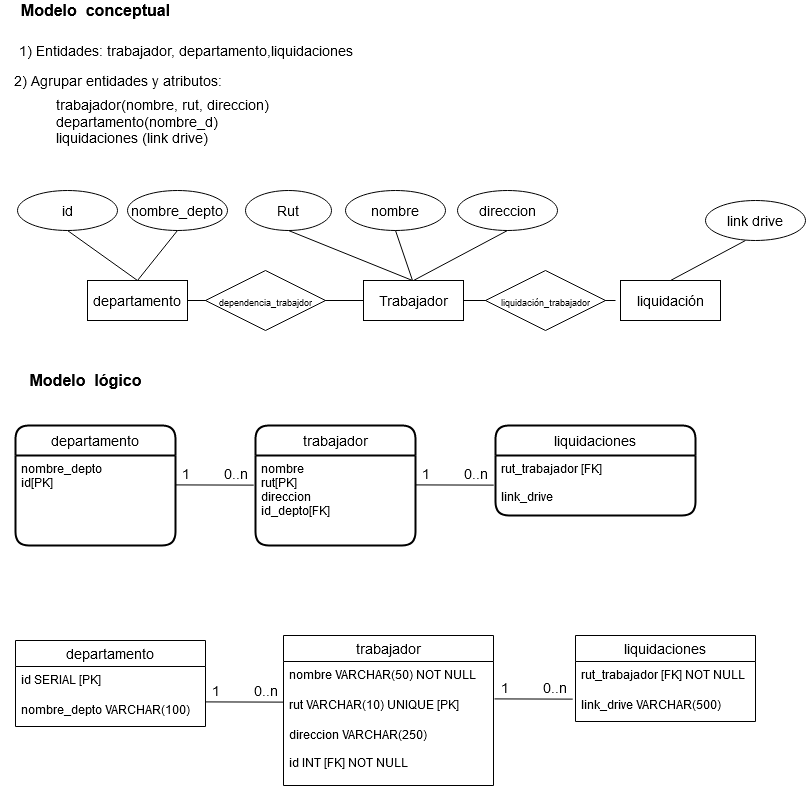
Before: Caso1_modelos.png, a diagram exported from draw.io (gilibethvega/modelamiento_de_datos). Source tidied: cells renumbered, new cells last; positions are measured from the earlier drawing's top-left corner, leaving out a move shared by most shapes.
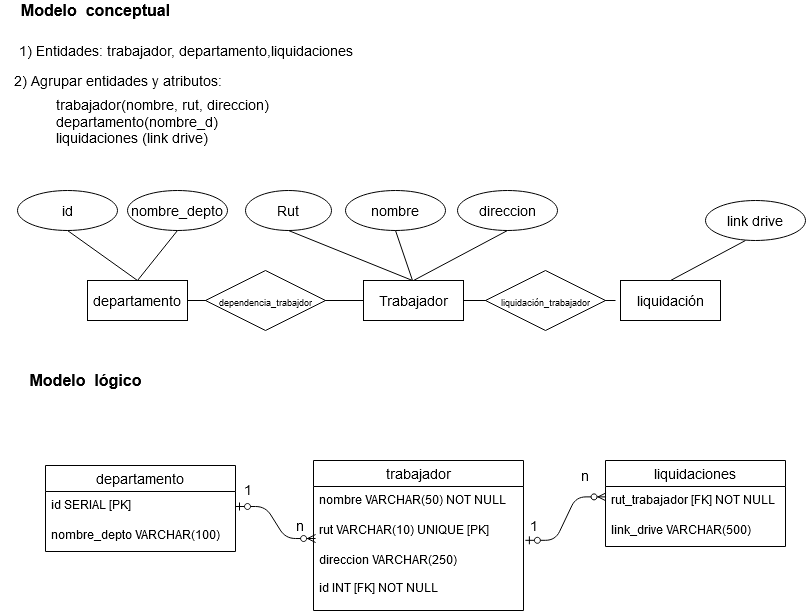
After the commit.

The edit, as a diff of the source:
```diff
@@ -17,32 +17,6 @@
     <mxCell id="6" value="&lt;div align=&quot;left&quot;&gt;trabajador(nombre, rut, direccion)&lt;/div&gt;&lt;div align=&quot;left&quot;&gt;departamento(nombre_d)&lt;/div&gt;&lt;div align=&quot;left&quot;&gt;liquidaciones (link drive)&lt;br&gt;&lt;/div&gt;" style="text;html=1;align=center;verticalAlign=middle;fontSize=14;" parent="1" vertex="1">
       <mxGeometry x="42" y="91" width="240" height="60" as="geometry" />
     </mxCell>
-    <mxCell id="7" value="trabajador" style="swimlane;horizontal=1;startSize=30;rounded=1;fontSize=14;fontStyle=0;strokeWidth=2;shadow=0;dashed=0;align=center;" parent="1" vertex="1">
-      <mxGeometry x="255" y="425" width="160" height="120" as="geometry" />
-    </mxCell>
-    <mxCell id="8" style="endArrow=none;html=1;rounded=0;fontSize=14;entryX=-0.011;entryY=0.329;entryDx=0;entryDy=0;entryPerimeter=0;" parent="7" edge="1" target="9">
-      <mxGeometry relative="1" as="geometry">
-        <mxPoint x="-80" y="59.4" as="sourcePoint" />
-      </mxGeometry>
-    </mxCell>
-    <mxCell id="9" value="nombre&#10;rut[PK]&#10;direccion&#10;id_depto[FK]&#10;" style="align=left;strokeColor=none;fillColor=none;spacingLeft=4;fontSize=12;verticalAlign=top;" parent="7" vertex="1">
-      <mxGeometry y="30" width="160" height="90" as="geometry" />
-    </mxCell>
-    <mxCell id="10" value="departamento" style="swimlane;horizontal=1;startSize=30;rounded=1;fontSize=14;fontStyle=0;strokeWidth=2;shadow=0;dashed=0;align=center;" parent="1" vertex="1">
-      <mxGeometry x="15" y="425" width="160" height="120" as="geometry" />
-    </mxCell>
-    <mxCell id="11" value="nombre_depto&#10;id[PK]&#10;" style="align=left;strokeColor=none;fillColor=none;spacingLeft=4;fontSize=12;verticalAlign=top;" parent="10" vertex="1">
-      <mxGeometry y="30" width="160" height="90" as="geometry" />
-    </mxCell>
-    <mxCell id="12" value="liquidaciones" style="swimlane;horizontal=1;startSize=30;rounded=1;fontSize=14;fontStyle=0;strokeWidth=2;shadow=0;dashed=0;align=center;" parent="1" vertex="1">
-      <mxGeometry x="495" y="425" width="200" height="90" as="geometry" />
-    </mxCell>
-    <mxCell id="13" value="rut_trabajador [FK]&#10;&#10;link_drive&#10;" style="align=left;strokeColor=none;fillColor=none;spacingLeft=4;fontSize=12;verticalAlign=top;" parent="12" vertex="1">
-      <mxGeometry y="30" width="200" height="60" as="geometry" />
-    </mxCell>
-    <mxCell id="14" style="edgeStyle=orthogonalEdgeStyle;rounded=0;orthogonalLoop=1;jettySize=auto;html=1;exitX=0.5;exitY=1;exitDx=0;exitDy=0;fontSize=14;" parent="12" edge="1" source="13" target="13">
-      <mxGeometry relative="1" as="geometry" />
-    </mxCell>
     <mxCell id="15" value="Trabajador" style="whiteSpace=wrap;html=1;align=center;fontSize=14;" parent="1" vertex="1">
       <mxGeometry x="363" y="280" width="100" height="40" as="geometry" />
     </mxCell>
@@ -91,7 +65,7 @@
       </mxGeometry>
     </mxCell>
     <mxCell id="28" value="trabajador" style="swimlane;fontStyle=0;horizontal=1;startSize=26;align=center;fontSize=14;" parent="1" vertex="1">
-      <mxGeometry x="283" y="635" width="210" height="150" as="geometry" />
+      <mxGeometry x="313" y="460" width="210" height="150" as="geometry" />
     </mxCell>
     <mxCell id="29" value="nombre VARCHAR(50) NOT NULL" style="text;strokeColor=none;fillColor=none;spacingLeft=4;spacingRight=4;overflow=hidden;fontSize=12;" parent="28" vertex="1">
       <mxGeometry y="26" width="210" height="30" as="geometry" />
@@ -103,7 +77,7 @@
       <mxGeometry y="86" width="210" height="64" as="geometry" />
     </mxCell>
     <mxCell id="32" value="liquidaciones" style="swimlane;fontStyle=0;horizontal=1;startSize=26;align=center;fontSize=14;" parent="1" vertex="1">
-      <mxGeometry x="575" y="635" width="180" height="86" as="geometry" />
+      <mxGeometry x="605" y="460" width="180" height="86" as="geometry" />
     </mxCell>
     <mxCell id="33" value="rut_trabajador [FK] NOT NULL" style="text;strokeColor=none;fillColor=none;spacingLeft=4;spacingRight=4;overflow=hidden;points=[[0,0.5],[1,0.5]];portConstraint=eastwest;fontSize=12;" parent="32" vertex="1">
       <mxGeometry y="26" width="180" height="30" as="geometry" />
@@ -112,7 +86,7 @@
       <mxGeometry y="56" width="180" height="30" as="geometry" />
     </mxCell>
     <mxCell id="35" value="departamento" style="swimlane;fontStyle=0;horizontal=1;startSize=26;align=center;fontSize=14;" parent="1" vertex="1">
-      <mxGeometry x="15" y="640" width="190" height="86" as="geometry" />
+      <mxGeometry x="45" y="465" width="190" height="86" as="geometry" />
     </mxCell>
     <mxCell id="36" value="id SERIAL [PK]" style="text;strokeColor=none;fillColor=none;spacingLeft=4;spacingRight=4;overflow=hidden;points=[[0,0.5],[1,0.5]];portConstraint=eastwest;fontSize=12;" parent="35" vertex="1">
       <mxGeometry y="26" width="190" height="30" as="geometry" />
@@ -135,47 +109,23 @@
     <mxCell id="42" value="&lt;font style=&quot;font-size: 9px&quot;&gt;liquidación_trabajador&lt;/font&gt;" style="shape=rhombus;perimeter=rhombusPerimeter;whiteSpace=wrap;html=1;align=center;fontSize=14;" parent="1" vertex="1">
       <mxGeometry x="485" y="270" width="120" height="60" as="geometry" />
     </mxCell>
-    <mxCell id="43" value="1" style="text;html=1;align=center;verticalAlign=middle;fontSize=14;" parent="1" vertex="1">
-      <mxGeometry x="175" y="463" width="20" height="20" as="geometry" />
-    </mxCell>
-    <mxCell id="44" value="0..n" style="text;html=1;align=center;verticalAlign=middle;fontSize=14;" parent="1" vertex="1">
-      <mxGeometry x="215" y="463" width="40" height="20" as="geometry" />
-    </mxCell>
-    <mxCell id="45" value="0..n" style="text;html=1;align=center;verticalAlign=middle;fontSize=14;" parent="1" vertex="1">
-      <mxGeometry x="455" y="463" width="40" height="20" as="geometry" />
-    </mxCell>
-    <mxCell id="46" value="1" style="text;html=1;align=center;verticalAlign=middle;fontSize=14;" parent="1" vertex="1">
-      <mxGeometry x="415" y="463" width="20" height="20" as="geometry" />
-    </mxCell>
-    <mxCell id="47" style="endArrow=none;html=1;rounded=0;fontSize=14;entryX=-0.011;entryY=0.329;entryDx=0;entryDy=0;entryPerimeter=0;" parent="1" edge="1">
-      <mxGeometry relative="1" as="geometry">
-        <mxPoint x="415" y="484.4" as="sourcePoint" />
-        <mxPoint x="493.2" y="484.6" as="targetPoint" />
-      </mxGeometry>
-    </mxCell>
-    <mxCell id="48" value="0..n" style="text;html=1;align=center;verticalAlign=middle;fontSize=14;" parent="1" vertex="1">
-      <mxGeometry x="245" y="680" width="40" height="20" as="geometry" />
+    <mxCell id="48" value="n" style="text;html=1;align=center;verticalAlign=middle;fontSize=14;" parent="1" vertex="1">
+      <mxGeometry x="289" y="515" width="20" height="20" as="geometry" />
     </mxCell>
     <mxCell id="49" value="1" style="text;html=1;align=center;verticalAlign=middle;fontSize=14;" parent="1" vertex="1">
-      <mxGeometry x="205" y="680" width="20" height="20" as="geometry" />
+      <mxGeometry x="237" y="479" width="20" height="20" as="geometry" />
     </mxCell>
-    <mxCell id="50" style="endArrow=none;html=1;rounded=0;fontSize=14;entryX=-0.011;entryY=0.329;entryDx=0;entryDy=0;entryPerimeter=0;" parent="1" edge="1">
-      <mxGeometry relative="1" as="geometry">
-        <mxPoint x="205" y="701.4" as="sourcePoint" />
-        <mxPoint x="283.2" y="701.6" as="targetPoint" />
-      </mxGeometry>
-    </mxCell>
-    <mxCell id="51" value="0..n" style="text;html=1;align=center;verticalAlign=middle;fontSize=14;" parent="1" vertex="1">
-      <mxGeometry x="534" y="677" width="40" height="20" as="geometry" />
+    <mxCell id="51" value="n" style="text;html=1;align=center;verticalAlign=middle;fontSize=14;" parent="1" vertex="1">
+      <mxGeometry x="574" y="465" width="20" height="20" as="geometry" />
     </mxCell>
     <mxCell id="52" value="1" style="text;html=1;align=center;verticalAlign=middle;fontSize=14;" parent="1" vertex="1">
-      <mxGeometry x="494" y="677" width="20" height="20" as="geometry" />
+      <mxGeometry x="523" y="515" width="20" height="20" as="geometry" />
     </mxCell>
-    <mxCell id="53" style="endArrow=none;html=1;rounded=0;fontSize=14;entryX=-0.011;entryY=0.329;entryDx=0;entryDy=0;entryPerimeter=0;" parent="1" edge="1">
-      <mxGeometry relative="1" as="geometry">
-        <mxPoint x="494" y="698.4" as="sourcePoint" />
-        <mxPoint x="572.2" y="698.6" as="targetPoint" />
-      </mxGeometry>
-    </mxCell>
+    <mxCell id="54" style="edgeStyle=entityRelationEdgeStyle;fontSize=12;html=1;endArrow=ERzeroToMany;startArrow=ERzeroToOne;entryX=0.01;entryY=0.734;entryDx=0;entryDy=0;entryPerimeter=0;" parent="1" edge="1" source="36" target="30">
+      <mxGeometry relative="1" as="geometry" />
+    </mxCell>
+    <mxCell id="55" style="edgeStyle=entityRelationEdgeStyle;fontSize=12;html=1;endArrow=ERzeroToMany;startArrow=ERzeroToOne;entryX=0.003;entryY=0.346;entryDx=0;entryDy=0;entryPerimeter=0;exitX=1.009;exitY=0.794;exitDx=0;exitDy=0;exitPerimeter=0;" parent="1" edge="1" source="30" target="33">
+      <mxGeometry relative="1" as="geometry" />
+    </mxCell>
   </root>
 </mxGraphModel>
```
